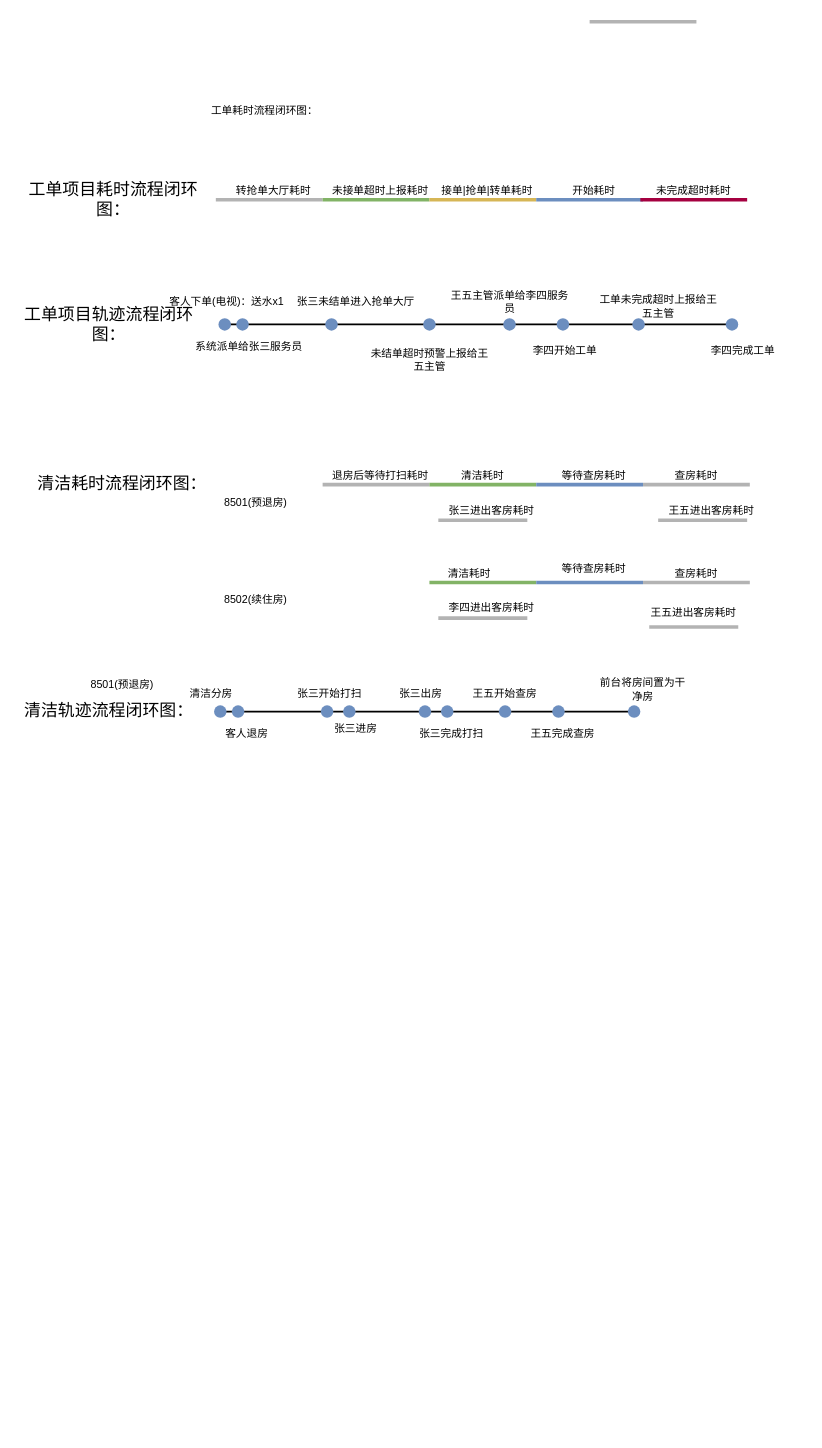
Earlier version of the draw.io diagram xzzh/服务管家流程整理.drawio (daniel-7d/draw). Source tidied: cells renumbered, new cells numbered last; positions are measured from the earlier drawing's top-left corner, leaving out a move shared by most shapes. Both pictures are drawn from the tidied source at 89%, with x=0, y=0 at pixel (15, 17).
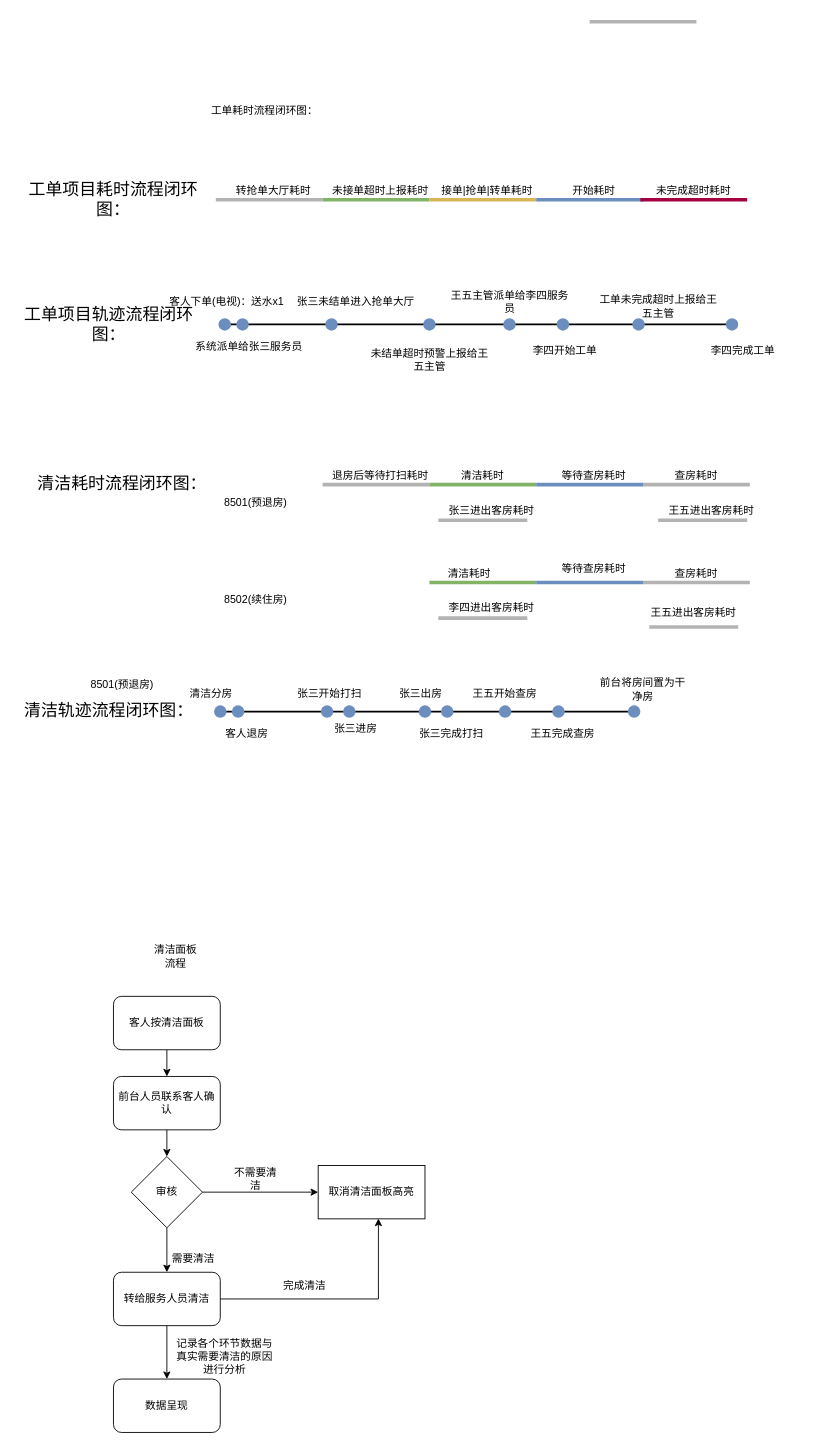
The same diagram, later.

Commit message:
更新服务管家流程整理.drawio

The edit, as a diff of the source:
```diff
@@
+    <mxCell id="79" value="清洁面板流程" style="text;html=1;align=center;verticalAlign=middle;whiteSpace=wrap;rounded=0;" parent="1" vertex="1">
+      <mxGeometry x="150" y="1040" width="60" height="30" as="geometry" />
+    </mxCell>
+    <mxCell id="80" style="edgeStyle=orthogonalEdgeStyle;rounded=0;jettySize=auto;html=1;exitX=0.5;exitY=1;exitDx=0;exitDy=0;entryX=0.5;entryY=0;entryDx=0;entryDy=0;" parent="1" edge="1" source="81" target="83">
+      <mxGeometry relative="1" as="geometry" />
+    </mxCell>
+    <mxCell id="81" value="客人按清洁面板" style="rounded=1;whiteSpace=wrap;html=1;" parent="1" vertex="1">
+      <mxGeometry x="110" y="1100" width="120" height="60" as="geometry" />
+    </mxCell>
+    <mxCell id="82" style="edgeStyle=orthogonalEdgeStyle;rounded=0;jettySize=auto;html=1;exitX=0.5;exitY=1;exitDx=0;exitDy=0;entryX=0.5;entryY=0;entryDx=0;entryDy=0;" parent="1" edge="1" source="83" target="86">
+      <mxGeometry relative="1" as="geometry" />
+    </mxCell>
+    <mxCell id="83" value="前台人员联系客人确认" style="rounded=1;whiteSpace=wrap;html=1;" parent="1" vertex="1">
+      <mxGeometry x="110" y="1190" width="120" height="60" as="geometry" />
+    </mxCell>
+    <mxCell id="84" style="edgeStyle=orthogonalEdgeStyle;rounded=0;jettySize=auto;html=1;exitX=1;exitY=0.5;exitDx=0;exitDy=0;entryX=0;entryY=0.5;entryDx=0;entryDy=0;" parent="1" edge="1" source="86" target="87">
+      <mxGeometry relative="1" as="geometry" />
+    </mxCell>
+    <mxCell id="85" style="edgeStyle=orthogonalEdgeStyle;rounded=0;jettySize=auto;html=1;exitX=0.5;exitY=1;exitDx=0;exitDy=0;entryX=0.5;entryY=0;entryDx=0;entryDy=0;" parent="1" edge="1" source="86" target="91">
+      <mxGeometry relative="1" as="geometry" />
+    </mxCell>
+    <mxCell id="86" value="审核" style="rhombus;whiteSpace=wrap;html=1;" parent="1" vertex="1">
+      <mxGeometry x="130" y="1280" width="80" height="80" as="geometry" />
+    </mxCell>
+    <mxCell id="87" value="取消清洁面板高亮" style="rounded=0;whiteSpace=wrap;html=1;" parent="1" vertex="1">
+      <mxGeometry x="340" y="1290" width="120" height="60" as="geometry" />
+    </mxCell>
+    <mxCell id="88" value="不需要清洁" style="text;html=1;align=center;verticalAlign=middle;whiteSpace=wrap;rounded=0;" parent="1" vertex="1">
+      <mxGeometry x="240" y="1290" width="60" height="30" as="geometry" />
+    </mxCell>
+    <mxCell id="89" value="需要清洁" style="text;html=1;align=center;verticalAlign=middle;whiteSpace=wrap;rounded=0;" parent="1" vertex="1">
+      <mxGeometry x="170" y="1380" width="60" height="30" as="geometry" />
+    </mxCell>
+    <mxCell id="90" style="edgeStyle=orthogonalEdgeStyle;rounded=0;jettySize=auto;html=1;exitX=0.5;exitY=1;exitDx=0;exitDy=0;entryX=0.5;entryY=0;entryDx=0;entryDy=0;" parent="1" edge="1" source="91" target="94">
+      <mxGeometry relative="1" as="geometry" />
+    </mxCell>
+    <mxCell id="91" value="转给服务人员清洁" style="rounded=1;whiteSpace=wrap;html=1;" parent="1" vertex="1">
+      <mxGeometry x="110" y="1410" width="120" height="60" as="geometry" />
+    </mxCell>
+    <mxCell id="92" style="edgeStyle=orthogonalEdgeStyle;rounded=0;jettySize=auto;html=1;exitX=1;exitY=0.5;exitDx=0;exitDy=0;entryX=0.564;entryY=0.994;entryDx=0;entryDy=0;entryPerimeter=0;" parent="1" edge="1" source="91" target="87">
+      <mxGeometry relative="1" as="geometry" />
+    </mxCell>
+    <mxCell id="93" value="完成清洁" style="text;html=1;align=center;verticalAlign=middle;whiteSpace=wrap;rounded=0;" parent="1" vertex="1">
+      <mxGeometry x="295" y="1410" width="60" height="30" as="geometry" />
+    </mxCell>
+    <mxCell id="94" value="数据呈现" style="rounded=1;whiteSpace=wrap;html=1;" parent="1" vertex="1">
+      <mxGeometry x="110" y="1530" width="120" height="60" as="geometry" />
+    </mxCell>
+    <mxCell id="95" value="记录各个环节数据与真实需要清洁的原因进行分析" style="text;html=1;align=center;verticalAlign=middle;whiteSpace=wrap;rounded=0;" parent="1" vertex="1">
+      <mxGeometry x="175" y="1480" width="120" height="50" as="geometry" />
+    </mxCell>
```
